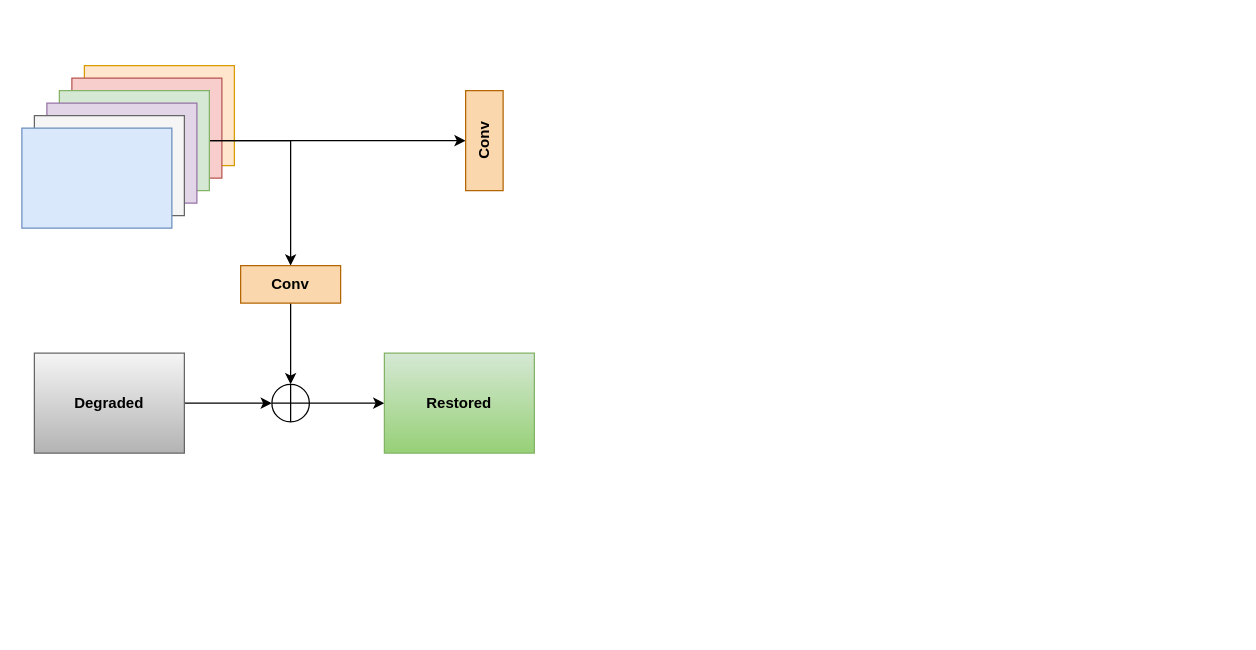
This is SAM 的副本.drawio from user815886724/Drawio, a draw.io file, before an edit. Source tidied: cells renumbered, new cells numbered last; positions are measured from the earlier drawing's top-left corner, leaving out a move shared by most shapes. Both pictures are drawn from the tidied source at 125%, with x=0, y=0 at pixel (21, 65).
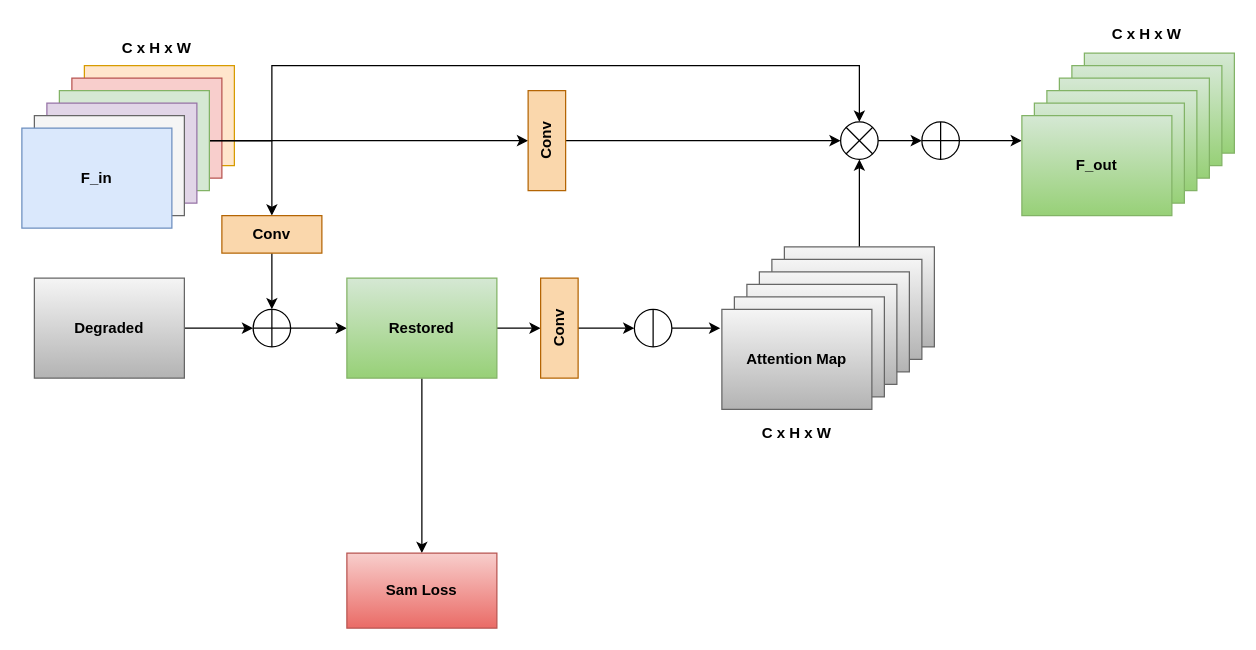
The same diagram, later.

Commit message:
更新SAM 的副本.drawio

The change refers to these unchanged cells:
```xml
<mxCell id="6" style="rounded=0;whiteSpace=wrap;html=1;fillColor=#d5e8d4;strokeColor=#82b366;" parent="1" vertex="1">
  <mxGeometry x="30" y="20" width="120" height="80" as="geometry" />
</mxCell>
```

Change to the diagram source:
```diff
@@
+    <mxCell id="18" style="edgeStyle=orthogonalEdgeStyle;rounded=0;jettySize=auto;html=1;exitX=1;exitY=0.5;exitDx=0;exitDy=0;entryX=0.5;entryY=0;entryDx=0;entryDy=0;entryPerimeter=0;" parent="1" edge="1" source="6" target="35">
+      <mxGeometry relative="1" as="geometry">
+        <Array as="points">
+          <mxPoint x="200" y="60" />
+          <mxPoint x="200" />
+          <mxPoint x="670" />
+        </Array>
+      </mxGeometry>
+    </mxCell>
@@
-    <mxCell id="9" style="rounded=0;whiteSpace=wrap;html=1;fillColor=#dae8fc;strokeColor=#6c8ebf;" parent="1" vertex="1">
+    <mxCell id="9" value="&lt;b&gt;F_in&lt;/b&gt;" style="rounded=0;whiteSpace=wrap;html=1;fillColor=#dae8fc;strokeColor=#6c8ebf;" parent="1" vertex="1">
       <mxGeometry y="50" width="120" height="80" as="geometry" />
     </mxCell>
@@
     <mxCell id="11" value="&lt;b&gt;Degraded&lt;/b&gt;" style="rounded=0;whiteSpace=wrap;html=1;fillColor=#f5f5f5;strokeColor=#666666;gradientColor=#b3b3b3;" parent="1" vertex="1">
-      <mxGeometry x="10" y="230" width="120" height="80" as="geometry" />
+      <mxGeometry x="10" y="170" width="120" height="80" as="geometry" />
     </mxCell>
@@
     <mxCell id="13" style="shape=orEllipse;perimeter=ellipsePerimeter;whiteSpace=wrap;html=1;backgroundOutline=1;" parent="1" vertex="1">
-      <mxGeometry x="200" y="255" width="30" height="30" as="geometry" />
+      <mxGeometry x="185" y="195" width="30" height="30" as="geometry" />
     </mxCell>
+    <mxCell id="19" style="edgeStyle=orthogonalEdgeStyle;rounded=0;jettySize=auto;html=1;" parent="1" edge="1" source="14" target="22">
+      <mxGeometry relative="1" as="geometry" />
+    </mxCell>
+    <mxCell id="20" style="edgeStyle=orthogonalEdgeStyle;rounded=0;jettySize=auto;html=1;" parent="1" edge="1" source="14" target="24">
+      <mxGeometry relative="1" as="geometry" />
+    </mxCell>
     <mxCell id="14" value="&lt;b&gt;Restored&lt;/b&gt;" style="rounded=0;whiteSpace=wrap;html=1;fillColor=#d5e8d4;strokeColor=#82b366;gradientColor=#97d077;" parent="1" vertex="1">
-      <mxGeometry x="290" y="230" width="120" height="80" as="geometry" />
+      <mxGeometry x="260" y="170" width="120" height="80" as="geometry" />
     </mxCell>
@@
     <mxCell id="16" value="&lt;b&gt;Conv&lt;/b&gt;" style="rounded=0;whiteSpace=wrap;html=1;fillColor=#fad7ac;strokeColor=#b46504;" parent="1" vertex="1">
-      <mxGeometry x="175" y="160" width="80" height="30" as="geometry" />
+      <mxGeometry x="160" y="120" width="80" height="30" as="geometry" />
     </mxCell>
+    <mxCell id="21" style="edgeStyle=orthogonalEdgeStyle;rounded=0;jettySize=auto;html=1;exitX=0.5;exitY=1;exitDx=0;exitDy=0;entryX=0;entryY=0.5;entryDx=0;entryDy=0;entryPerimeter=0;" parent="1" edge="1" source="17" target="35">
+      <mxGeometry relative="1" as="geometry" />
+    </mxCell>
     <mxCell id="17" value="&lt;b&gt;Conv&lt;/b&gt;" style="rounded=0;whiteSpace=wrap;html=1;rotation=-90;fillColor=#fad7ac;strokeColor=#b46504;" parent="1" vertex="1">
-      <mxGeometry x="330" y="45" width="80" height="30" as="geometry" />
+      <mxGeometry x="380" y="45" width="80" height="30" as="geometry" />
     </mxCell>
+    <mxCell id="22" value="&lt;b&gt;Sam Loss&lt;/b&gt;" style="rounded=0;whiteSpace=wrap;html=1;gradientColor=#ea6b66;fillColor=#f8cecc;strokeColor=#b85450;" parent="1" vertex="1">
+      <mxGeometry x="260" y="390" width="120" height="60" as="geometry" />
+    </mxCell>
+    <mxCell id="23" style="edgeStyle=orthogonalEdgeStyle;rounded=0;jettySize=auto;html=1;" parent="1" edge="1" source="24" target="25">
+      <mxGeometry relative="1" as="geometry" />
+    </mxCell>
+    <mxCell id="24" value="&lt;b&gt;Conv&lt;/b&gt;" style="rounded=0;whiteSpace=wrap;html=1;rotation=-90;fillColor=#fad7ac;strokeColor=#b46504;" parent="1" vertex="1">
+      <mxGeometry x="390" y="195" width="80" height="30" as="geometry" />
+    </mxCell>
+    <mxCell id="25" style="shape=lineEllipse;perimeter=ellipsePerimeter;whiteSpace=wrap;html=1;backgroundOutline=1;gradientColor=#ffffff;direction=south;" parent="1" vertex="1">
+      <mxGeometry x="490" y="195" width="30" height="30" as="geometry" />
+    </mxCell>
+    <mxCell id="26" style="edgeStyle=orthogonalEdgeStyle;rounded=0;jettySize=auto;html=1;exitX=0.5;exitY=0;exitDx=0;exitDy=0;entryX=0.5;entryY=1;entryDx=0;entryDy=0;entryPerimeter=0;" parent="1" edge="1" source="27" target="35">
+      <mxGeometry relative="1" as="geometry" />
+    </mxCell>
+    <mxCell id="27" style="rounded=0;whiteSpace=wrap;html=1;fillColor=#f5f5f5;strokeColor=#666666;gradientColor=#b3b3b3;" parent="1" vertex="1">
+      <mxGeometry x="610" y="145" width="120" height="80" as="geometry" />
+    </mxCell>
+    <mxCell id="28" style="rounded=0;whiteSpace=wrap;html=1;fillColor=#f5f5f5;strokeColor=#666666;gradientColor=#b3b3b3;" parent="1" vertex="1">
+      <mxGeometry x="600" y="155" width="120" height="80" as="geometry" />
+    </mxCell>
+    <mxCell id="29" style="rounded=0;whiteSpace=wrap;html=1;fillColor=#f5f5f5;strokeColor=#666666;gradientColor=#b3b3b3;" parent="1" vertex="1">
+      <mxGeometry x="590" y="165" width="120" height="80" as="geometry" />
+    </mxCell>
+    <mxCell id="30" style="rounded=0;whiteSpace=wrap;html=1;fillColor=#f5f5f5;strokeColor=#666666;gradientColor=#b3b3b3;" parent="1" vertex="1">
+      <mxGeometry x="580" y="175" width="120" height="80" as="geometry" />
+    </mxCell>
+    <mxCell id="31" style="rounded=0;whiteSpace=wrap;html=1;fillColor=#f5f5f5;strokeColor=#666666;gradientColor=#b3b3b3;" parent="1" vertex="1">
+      <mxGeometry x="570" y="185" width="120" height="80" as="geometry" />
+    </mxCell>
+    <mxCell id="32" value="&lt;b&gt;Attention Map&lt;/b&gt;" style="rounded=0;whiteSpace=wrap;html=1;fillColor=#f5f5f5;strokeColor=#666666;gradientColor=#b3b3b3;" parent="1" vertex="1">
+      <mxGeometry x="560" y="195" width="120" height="80" as="geometry" />
+    </mxCell>
+    <mxCell id="33" style="edgeStyle=orthogonalEdgeStyle;rounded=0;jettySize=auto;html=1;exitX=0.5;exitY=0;exitDx=0;exitDy=0;entryX=-0.011;entryY=0.194;entryDx=0;entryDy=0;entryPerimeter=0;" parent="1" edge="1" source="25" target="32">
+      <mxGeometry relative="1" as="geometry" />
+    </mxCell>
+    <mxCell id="34" style="edgeStyle=orthogonalEdgeStyle;rounded=0;jettySize=auto;html=1;" parent="1" edge="1" source="35" target="37">
+      <mxGeometry relative="1" as="geometry" />
+    </mxCell>
+    <mxCell id="35" style="verticalLabelPosition=bottom;verticalAlign=top;html=1;shape=mxgraph.flowchart.or;" parent="1" vertex="1">
+      <mxGeometry x="655" y="45" width="30" height="30" as="geometry" />
+    </mxCell>
+    <mxCell id="36" style="edgeStyle=orthogonalEdgeStyle;rounded=0;jettySize=auto;html=1;exitX=1;exitY=0.5;exitDx=0;exitDy=0;entryX=0;entryY=0.25;entryDx=0;entryDy=0;" parent="1" edge="1" source="37" target="43">
+      <mxGeometry relative="1" as="geometry" />
+    </mxCell>
+    <mxCell id="37" style="shape=orEllipse;perimeter=ellipsePerimeter;whiteSpace=wrap;html=1;backgroundOutline=1;gradientColor=#ffffff;" parent="1" vertex="1">
+      <mxGeometry x="720" y="45" width="30" height="30" as="geometry" />
+    </mxCell>
+    <mxCell id="38" style="rounded=0;whiteSpace=wrap;html=1;fillColor=#d5e8d4;strokeColor=#82b366;gradientColor=#97d077;" parent="1" vertex="1">
+      <mxGeometry x="850" y="-10" width="120" height="80" as="geometry" />
+    </mxCell>
+    <mxCell id="39" style="rounded=0;whiteSpace=wrap;html=1;fillColor=#d5e8d4;strokeColor=#82b366;gradientColor=#97d077;" parent="1" vertex="1">
+      <mxGeometry x="840" width="120" height="80" as="geometry" />
+    </mxCell>
+    <mxCell id="40" style="rounded=0;whiteSpace=wrap;html=1;fillColor=#d5e8d4;strokeColor=#82b366;gradientColor=#97d077;" parent="1" vertex="1">
+      <mxGeometry x="830" y="10" width="120" height="80" as="geometry" />
+    </mxCell>
+    <mxCell id="41" style="rounded=0;whiteSpace=wrap;html=1;fillColor=#d5e8d4;strokeColor=#82b366;gradientColor=#97d077;" parent="1" vertex="1">
+      <mxGeometry x="820" y="20" width="120" height="80" as="geometry" />
+    </mxCell>
+    <mxCell id="42" style="rounded=0;whiteSpace=wrap;html=1;fillColor=#d5e8d4;strokeColor=#82b366;gradientColor=#97d077;" parent="1" vertex="1">
+      <mxGeometry x="810" y="30" width="120" height="80" as="geometry" />
+    </mxCell>
+    <mxCell id="43" value="&lt;b&gt;F_out&lt;/b&gt;" style="rounded=0;whiteSpace=wrap;html=1;fillColor=#d5e8d4;strokeColor=#82b366;gradientColor=#97d077;" parent="1" vertex="1">
+      <mxGeometry x="800" y="40" width="120" height="80" as="geometry" />
+    </mxCell>
+    <mxCell id="44" value="&lt;b&gt;C x H x W&lt;/b&gt;" style="text;html=1;strokeColor=none;fillColor=none;align=center;verticalAlign=middle;whiteSpace=wrap;rounded=0;" parent="1" vertex="1">
+      <mxGeometry x="68" y="-24" width="80" height="20" as="geometry" />
+    </mxCell>
+    <mxCell id="45" value="&lt;b&gt;C x H x W&lt;/b&gt;" style="text;html=1;strokeColor=none;fillColor=none;align=center;verticalAlign=middle;whiteSpace=wrap;rounded=0;" parent="1" vertex="1">
+      <mxGeometry x="580" y="284" width="80" height="20" as="geometry" />
+    </mxCell>
+    <mxCell id="46" value="&lt;b&gt;C x H x W&lt;/b&gt;" style="text;html=1;strokeColor=none;fillColor=none;align=center;verticalAlign=middle;whiteSpace=wrap;rounded=0;" parent="1" vertex="1">
+      <mxGeometry x="860" y="-35" width="80" height="20" as="geometry" />
+    </mxCell>
```
